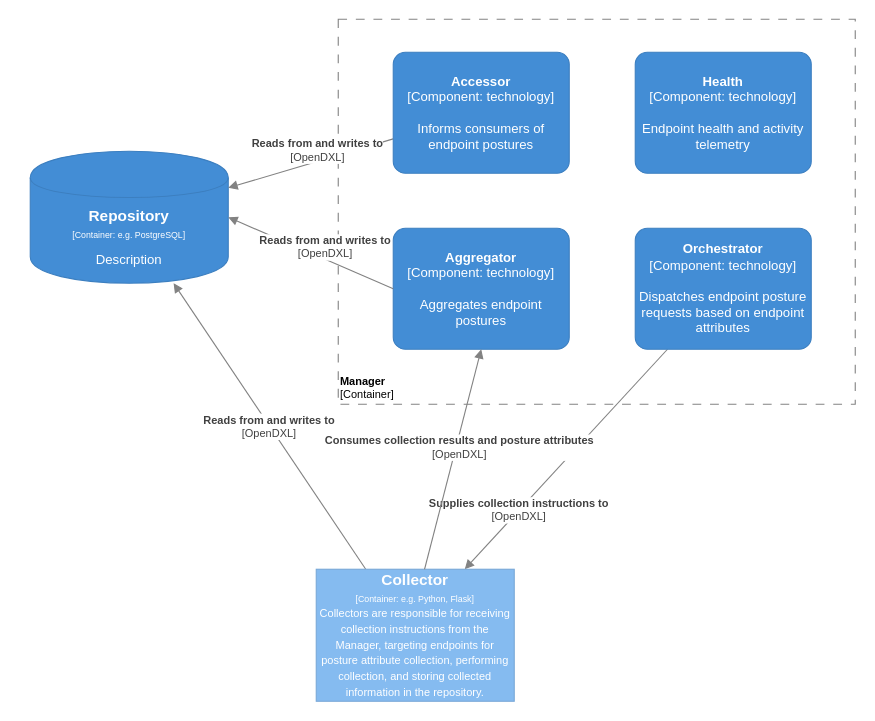
The draw.io diagram page "SCAPv2 Manager" (1 of 2) of Architecture Documents/scap-components.drawio in opencybersecurityalliance/documentation, before the edit. Source tidied: cells renumbered, new cells numbered last; positions are measured from the earlier drawing's top-left corner, leaving out a move shared by most shapes. Both pictures are drawn from the tidied source at 110%, with x=0, y=0 at pixel (30, 19).
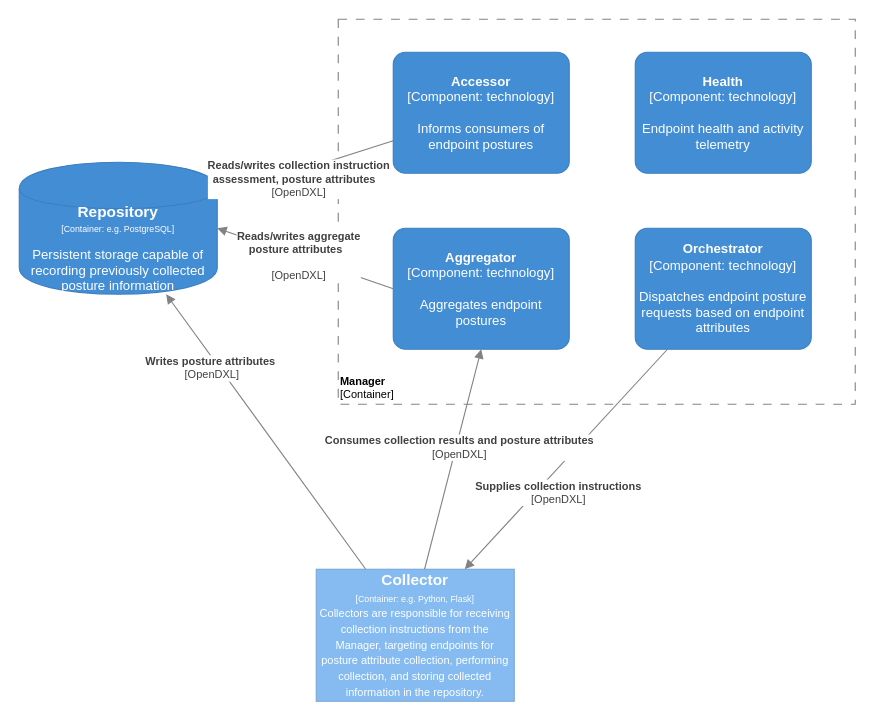
Above is the later version.

Change to the diagram source:
```diff
@@
 <mxGraphModel>
   <root>
     <mxCell id="0" />
     <mxCell id="1" parent="0" />
     <mxCell id="2" value="&lt;font style=&quot;font-size: 10px&quot;&gt;&lt;b&gt;Manager&lt;br&gt;&lt;/b&gt;[Container]&lt;/font&gt;" style="rounded=0;whiteSpace=wrap;html=1;strokeColor=#828282;fillColor=none;fontColor=#000000;align=left;labelPosition=center;verticalLabelPosition=middle;verticalAlign=bottom;dashed=1;strokeWidth=1;perimeterSpacing=0;spacing=2;spacingTop=0;fontSize=10;dashPattern=8 8;" parent="1" vertex="1">
       <mxGeometry x="280" width="470" height="350" as="geometry" />
     </mxCell>
-    <object id="3" label="&lt;div style=&quot;color: rgb(255 , 255 , 255) ; white-space: normal&quot;&gt;&lt;span style=&quot;font-size: 14px&quot;&gt;&lt;b&gt;Repository&lt;/b&gt;&lt;/span&gt;&lt;/div&gt;&lt;div style=&quot;color: rgb(255 , 255 , 255) ; font-size: 12px ; white-space: normal&quot;&gt;&lt;font style=&quot;font-size: 8px&quot;&gt;[Container: %technology%]&lt;/font&gt;&lt;/div&gt;&lt;div style=&quot;color: rgb(255 , 255 , 255) ; white-space: normal ; font-size: 8px&quot;&gt;&lt;font style=&quot;line-height: 9.6px&quot;&gt;&lt;br&gt;&lt;/font&gt;&lt;/div&gt;&lt;div style=&quot;color: rgb(255 , 255 , 255) ; white-space: normal&quot;&gt;%description%&lt;/div&gt;" description="Description" placeholders="1" technology="e.g. PostgreSQL">
+    <object id="3" label="&lt;div style=&quot;color: rgb(255 , 255 , 255)&quot;&gt;&lt;span style=&quot;font-size: 14px&quot;&gt;&lt;b&gt;Repository&lt;/b&gt;&lt;/span&gt;&lt;/div&gt;&lt;div style=&quot;color: rgb(255 , 255 , 255) ; font-size: 12px&quot;&gt;&lt;font style=&quot;font-size: 8px&quot;&gt;[Container: %technology%]&lt;/font&gt;&lt;/div&gt;&lt;div style=&quot;color: rgb(255 , 255 , 255) ; font-size: 8px&quot;&gt;&lt;font style=&quot;line-height: 9.6px&quot;&gt;&lt;br&gt;&lt;/font&gt;&lt;/div&gt;&lt;div style=&quot;color: rgb(255 , 255 , 255)&quot;&gt;Persistent storage capable of recording previously collected posture information&lt;/div&gt;" placeholders="1" technology="e.g. PostgreSQL">
       <mxCell style="shape=cylinder;whiteSpace=wrap;html=1;boundedLbl=1;backgroundOutline=1;strokeColor=#3C7FC0;fillColor=#438DD5;fontSize=12;fontColor=#ffffff;align=center;rounded=0;" parent="1" vertex="1">
-        <mxGeometry y="120" width="180" height="120" as="geometry" />
+        <mxGeometry x="-10" y="130" width="180" height="120" as="geometry" />
       </mxCell>
     </object>
-    <mxCell id="4" value="&lt;span style=&quot;font-size: 10px&quot;&gt;&lt;b&gt;Reads from and writes to&lt;/b&gt;&lt;br&gt;[OpenDXL]&lt;br&gt;&lt;/span&gt;" style="endArrow=block;html=1;fontSize=10;fontColor=#404040;strokeWidth=1;endFill=1;strokeColor=#828282;elbow=vertical;" parent="1" edge="1" source="10" target="3">
-      <mxGeometry x="-0.12" y="-10" relative="1" as="geometry" />
+    <mxCell id="4" value="&lt;span style=&quot;font-size: 10px&quot;&gt;&lt;b&gt;Reads/writes&amp;nbsp;&lt;/b&gt;&lt;/span&gt;&lt;b&gt;collection instruction&lt;br&gt;&lt;/b&gt;&lt;b&gt;assessment,&amp;nbsp;&lt;/b&gt;&lt;span style=&quot;font-size: 10px&quot;&gt;&lt;b&gt;posture attributes&amp;nbsp; &amp;nbsp;&lt;/b&gt;&lt;br&gt;[OpenDXL]&lt;br&gt;&lt;/span&gt;" style="endArrow=block;html=1;fontSize=10;fontColor=#404040;strokeWidth=1;endFill=1;strokeColor=#828282;elbow=vertical;" parent="1" edge="1" source="10" target="3">
+      <mxGeometry x="0.09" y="7" relative="1" as="geometry" />
     </mxCell>
-    <mxCell id="5" value="&lt;span style=&quot;font-size: 10px&quot;&gt;&lt;b&gt;Reads from and writes to&lt;/b&gt;&lt;br&gt;[OpenDXL]&lt;br&gt;&lt;/span&gt;" style="endArrow=block;html=1;fontSize=10;fontColor=#404040;strokeWidth=1;endFill=1;strokeColor=#828282;elbow=vertical;exitX=0.25;exitY=0;exitDx=0;exitDy=0;" parent="1" edge="1" source="7" target="3">
-      <mxGeometry relative="1" as="geometry" />
+    <mxCell id="5" value="&lt;span style=&quot;font-size: 10px&quot;&gt;&lt;b&gt;Writes posture attributes&amp;nbsp;&lt;/b&gt;&lt;br&gt;[OpenDXL]&lt;br&gt;&lt;/span&gt;" style="endArrow=block;html=1;fontSize=10;fontColor=#404040;strokeWidth=1;endFill=1;strokeColor=#828282;elbow=vertical;exitX=0.25;exitY=0;exitDx=0;exitDy=0;" parent="1" edge="1" source="7" target="3">
+      <mxGeometry x="0.49" y="6" relative="1" as="geometry" />
     </mxCell>
-    <mxCell id="6" value="&lt;b&gt;Supplies collection instructions to&lt;br&gt;&lt;/b&gt;[OpenDXL]&lt;span style=&quot;font-size: 10px&quot;&gt;&lt;br&gt;&lt;/span&gt;" style="endArrow=block;html=1;fontSize=10;fontColor=#404040;strokeWidth=1;endFill=1;strokeColor=#828282;elbow=vertical;entryX=0.75;entryY=0;entryDx=0;entryDy=0;" parent="1" edge="1" source="9" target="7">
-      <mxGeometry x="0.46" relative="1" as="geometry" />
+    <mxCell id="6" value="&lt;b&gt;Supplies collection instructions&lt;br&gt;&lt;/b&gt;[OpenDXL]&lt;span style=&quot;font-size: 10px&quot;&gt;&lt;br&gt;&lt;/span&gt;" style="endArrow=block;html=1;fontSize=10;fontColor=#404040;strokeWidth=1;endFill=1;strokeColor=#828282;elbow=vertical;entryX=0.75;entryY=0;entryDx=0;entryDy=0;" parent="1" edge="1" source="9" target="7">
+      <mxGeometry x="0.2" y="15" relative="1" as="geometry" />
     </mxCell>
     <object id="7" label="&lt;div&gt;&lt;span style=&quot;font-size: 14px&quot;&gt;&lt;b&gt;Collector&lt;/b&gt;&lt;/span&gt;&lt;/div&gt;&lt;div&gt;&lt;span style=&quot;font-size: 8px&quot;&gt;[Container: %technology%]&lt;/span&gt;&lt;br&gt;&lt;/div&gt;&lt;div&gt;&lt;span style=&quot;font-size: x-small&quot;&gt;Collectors are responsible for receiving collection instructions from the Manager, targeting endpoints for posture attribute collection, performing collection, and storing collected information in the repository.&lt;/span&gt;&lt;br&gt;&lt;/div&gt;" placeholders="1" technology="e.g. Python, Flask">
       <mxCell style="rounded=0;whiteSpace=wrap;html=1;fillColor=#85BBF0;fontColor=#ffffff;strokeColor=#78A8D8;arcSize=10;" parent="1" vertex="1">
         <mxGeometry x="260" y="500" width="180" height="120" as="geometry" />
       </mxCell>
     </object>
     <object id="8" label="&lt;b&gt;%c4Name%&lt;/b&gt;&lt;div&gt;[%c4Type%: %c4Technology%]&lt;/div&gt;&lt;br&gt;&lt;div&gt;%c4Description%&lt;/div&gt;" c4Description="Endpoint health and activity telemetry" c4Name="Health" c4Technology="technology" c4Type="Component" placeholders="1">
       <mxCell style="rounded=1;whiteSpace=wrap;html=1;labelBackgroundColor=none;fillColor=#438DD5;fontColor=#ffffff;align=center;arcSize=10;strokeColor=#3C7FC0;metaData={&quot;c4Type&quot;:{&quot;editable&quot;:false}};" parent="1" vertex="1">
         <mxGeometry x="550" y="30" width="160" height="110" as="geometry" />
       </mxCell>
     </object>
     <object id="9" label="&lt;b&gt;%c4Name%&lt;/b&gt;&lt;div&gt;[%c4Type%: %c4Technology%]&lt;/div&gt;&lt;br&gt;&lt;div&gt;%c4Description%&lt;/div&gt;" c4Description="Dispatches endpoint posture requests based on endpoint attributes" c4Name="Orchestrator" c4Technology="technology" c4Type="Component" placeholders="1">
       <mxCell style="rounded=1;whiteSpace=wrap;html=1;labelBackgroundColor=none;fillColor=#438DD5;fontColor=#ffffff;align=center;arcSize=10;strokeColor=#3C7FC0;metaData={&quot;c4Type&quot;:{&quot;editable&quot;:false}};points=[[0.25,0,0],[0.5,0,0],[0.75,0,0],[1,0.25,0],[1,0.5,0],[1,0.75,0],[0.75,1,0],[0.5,1,0],[0.25,1,0],[0,0.75,0],[0,0.5,0],[0,0.25,0]];" parent="1" vertex="1">
         <mxGeometry x="550" y="190" width="160" height="110" as="geometry" />
       </mxCell>
     </object>
     <object id="10" label="&lt;b&gt;%c4Name%&lt;/b&gt;&lt;div&gt;[%c4Type%: %c4Technology%]&lt;/div&gt;&lt;br&gt;&lt;div&gt;%c4Description%&lt;/div&gt;" c4Description="Informs consumers of endpoint postures" c4Name="Accessor" c4Technology="technology" c4Type="Component" placeholders="1">
       <mxCell style="rounded=1;whiteSpace=wrap;html=1;labelBackgroundColor=none;fillColor=#438DD5;fontColor=#ffffff;align=center;arcSize=10;strokeColor=#3C7FC0;metaData={&quot;c4Type&quot;:{&quot;editable&quot;:false}};points=[[0.25,0,0],[0.5,0,0],[0.75,0,0],[1,0.25,0],[1,0.5,0],[1,0.75,0],[0.75,1,0],[0.5,1,0],[0.25,1,0],[0,0.75,0],[0,0.5,0],[0,0.25,0]];" parent="1" vertex="1">
         <mxGeometry x="330" y="30" width="160" height="110" as="geometry" />
       </mxCell>
     </object>
     <object id="11" label="&lt;b&gt;%c4Name%&lt;/b&gt;&lt;div&gt;[%c4Type%: %c4Technology%]&lt;/div&gt;&lt;br&gt;&lt;div&gt;%c4Description%&lt;/div&gt;" c4Description="Aggregates endpoint postures" c4Name="Aggregator" c4Technology="technology" c4Type="Component" placeholders="1">
       <mxCell style="rounded=1;whiteSpace=wrap;html=1;labelBackgroundColor=none;fillColor=#438DD5;fontColor=#ffffff;align=center;arcSize=10;strokeColor=#3C7FC0;metaData={&quot;c4Type&quot;:{&quot;editable&quot;:false}};points=[[0.25,0,0],[0.5,0,0],[0.75,0,0],[1,0.25,0],[1,0.5,0],[1,0.75,0],[0.75,1,0],[0.5,1,0],[0.25,1,0],[0,0.75,0],[0,0.5,0],[0,0.25,0]];" parent="1" vertex="1">
         <mxGeometry x="330" y="190" width="160" height="110" as="geometry" />
       </mxCell>
     </object>
     <mxCell id="12" value="&lt;b&gt;Consumes collection results and posture attributes&lt;br&gt;&lt;/b&gt;[OpenDXL]&lt;span style=&quot;font-size: 10px&quot;&gt;&lt;br&gt;&lt;/span&gt;" style="endArrow=block;html=1;fontSize=10;fontColor=#404040;strokeWidth=1;endFill=1;strokeColor=#828282;elbow=vertical;entryX=0.5;entryY=1;entryDx=0;entryDy=0;entryPerimeter=0;exitX=0.547;exitY=0;exitDx=0;exitDy=0;exitPerimeter=0;" parent="1" edge="1" source="7" target="11">
       <mxGeometry x="0.11" y="-3" relative="1" as="geometry" />
     </mxCell>
-    <mxCell id="13" value="&lt;span style=&quot;font-size: 10px&quot;&gt;&lt;b&gt;Reads from and writes to&lt;/b&gt;&lt;br&gt;[OpenDXL]&lt;br&gt;&lt;/span&gt;" style="endArrow=block;html=1;fontSize=10;fontColor=#404040;strokeWidth=1;endFill=1;strokeColor=#828282;elbow=vertical;exitX=0;exitY=0.5;exitDx=0;exitDy=0;exitPerimeter=0;entryX=1;entryY=0.5;entryDx=0;entryDy=0;" parent="1" edge="1" source="11" target="3">
-      <mxGeometry x="-0.12" y="-10" relative="1" as="geometry" />
+    <mxCell id="13" value="&lt;b&gt;Reads/writes aggregate&lt;/b&gt;&lt;b&gt;&lt;br&gt;&lt;/b&gt;&lt;b&gt;posture attributes&amp;nbsp;&amp;nbsp;&lt;/b&gt;&lt;span style=&quot;font-size: 10px&quot;&gt;&lt;b&gt;&lt;br&gt;&amp;nbsp;&lt;/b&gt;&lt;br&gt;[OpenDXL]&lt;br&gt;&lt;/span&gt;" style="endArrow=block;html=1;fontSize=10;fontColor=#404040;strokeWidth=1;endFill=1;strokeColor=#828282;elbow=vertical;exitX=0;exitY=0.5;exitDx=0;exitDy=0;exitPerimeter=0;entryX=1;entryY=0.5;entryDx=0;entryDy=0;" parent="1" edge="1" source="11" target="3">
+      <mxGeometry x="0.07" relative="1" as="geometry" />
     </mxCell>
   </root>
 </mxGraphModel>
```
